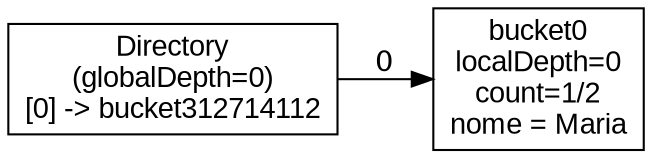
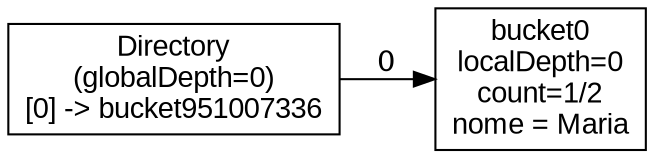
digraph "test2_update" {
  rankdir=LR;
  node [shape=box, fontname=Arial];
-   dir [label="Directory\n(globalDepth=0)\n[0] -> bucket312714112\n"];
+   dir [label="Directory\n(globalDepth=0)\n[0] -> bucket951007336\n"];
  bucket0 [label="bucket0\nlocalDepth=0\ncount=1/2\nnome = Maria\n"];
  dir -> bucket0 [label="0"];
}
